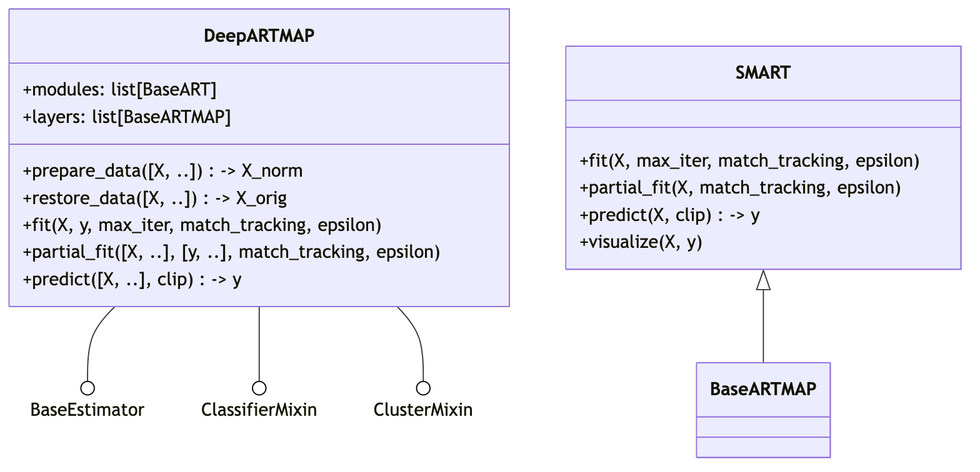
This is docs/diagrams/system-diagram-deep-artmap.png from NiklasMelton/AdaptiveResonanceLib, a Mermaid export, as it was before one commit. Its source is kept beside it as docs/diagrams/system-diagram-deep-artmap.mmd.
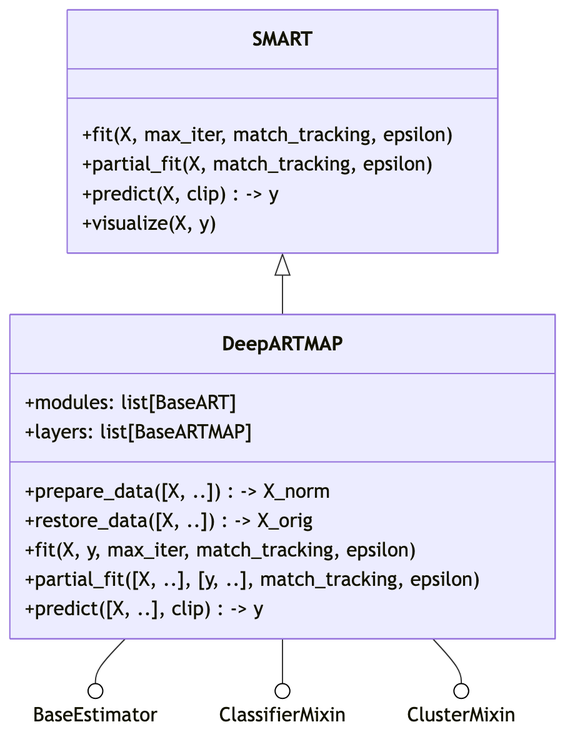
The same diagram one commit later.

Commit message:
update deep artmap diagram

The edit, as a diff of the source:
```diff
@@ -22,4 +22,4 @@
   DeepARTMAP --() BaseEstimator
   DeepARTMAP --() ClassifierMixin
   DeepARTMAP --() ClusterMixin
-  SMART <|-- BaseARTMAP
+  SMART <|-- DeepARTMAP
```
